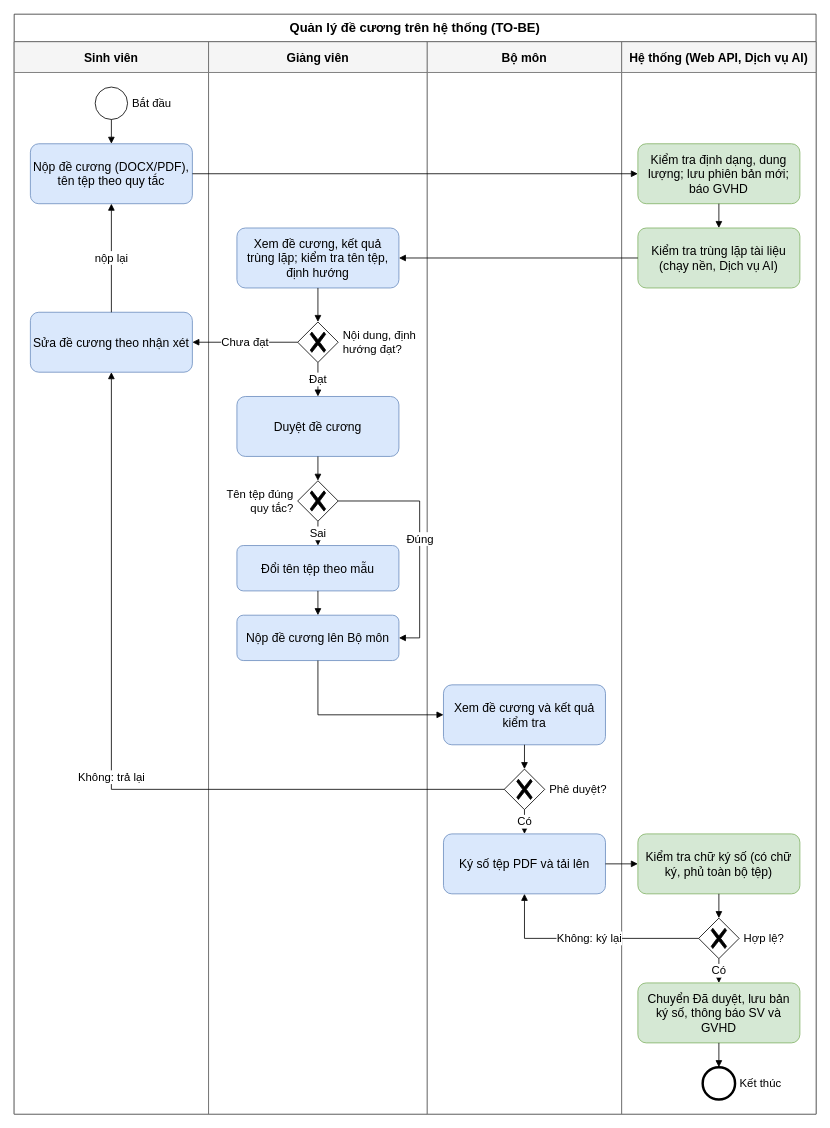
Before: page "TO-BE" (2 of 2) of docs/chuong-2-khao-sat-phan-tich/bpmn/02-de-cuong.drawio in dtc235200036-alt/ICTU-DATN-NguyenThiMaiAnh, a draw.io diagram. Source tidied: cells renumbered, new cells numbered last; positions are measured from the earlier drawing's top-left corner, leaving out a move shared by most shapes. Both pictures are drawn from the tidied source at 81%, with x=0, y=0 at pixel (14, 14).
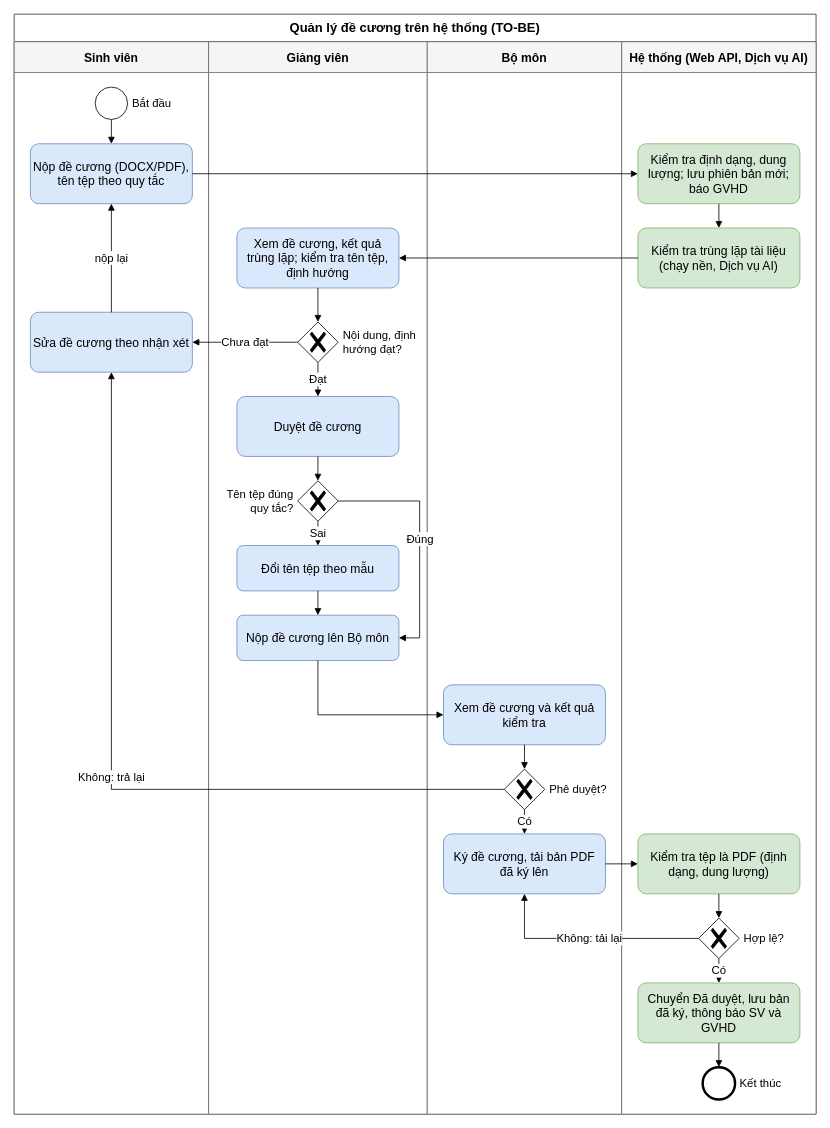
The same diagram, later.

Unchanged cells that the change refers to:
```xml
<mxCell id="22" value="Hợp lệ?" style="shape=mxgraph.bpmn.gateway2;perimeter=rhombusPerimeter;html=1;fontSize=14;gwType=exclusive;fillColor=#ffffff;verticalLabelPosition=middle;verticalAlign=middle;labelPosition=right;align=left;spacingLeft=4;" parent="1" vertex="1">
  <mxGeometry x="845" y="1116" width="50" height="50" as="geometry" />
</mxCell>
```

The edit, as a diff of the source:
```diff
@@
-    <mxCell id="20" value="Ký số tệp PDF và tải lên" style="rounded=1;arcSize=14;whiteSpace=wrap;html=1;fontSize=15;spacing=4;fillColor=#dae8fc;strokeColor=#6c8ebf;" parent="1" vertex="1">
+    <mxCell id="20" value="Ký đề cương, tải bản PDF đã ký lên" style="rounded=1;arcSize=14;whiteSpace=wrap;html=1;fontSize=15;spacing=4;fillColor=#dae8fc;strokeColor=#6c8ebf;" parent="1" vertex="1">
       <mxGeometry x="530" y="1012" width="200" height="74" as="geometry" />
     </mxCell>
-    <mxCell id="21" value="Kiểm tra chữ ký số (có chữ ký, phủ toàn bộ tệp)" style="rounded=1;arcSize=14;whiteSpace=wrap;html=1;fontSize=15;spacing=4;fillColor=#d5e8d4;strokeColor=#82b366;" parent="1" vertex="1">
+    <mxCell id="21" value="Kiểm tra tệp là PDF (định dạng, dung lượng)" style="rounded=1;arcSize=14;whiteSpace=wrap;html=1;fontSize=15;spacing=4;fillColor=#d5e8d4;strokeColor=#82b366;" parent="1" vertex="1">
       <mxGeometry x="770" y="1012" width="200" height="74" as="geometry" />
     </mxCell>
@@
-    <mxCell id="23" value="Chuyển Đã duyệt, lưu bản ký số, thông báo SV và GVHD" style="rounded=1;arcSize=14;whiteSpace=wrap;html=1;fontSize=15;spacing=4;fillColor=#d5e8d4;strokeColor=#82b366;" parent="1" vertex="1">
+    <mxCell id="23" value="Chuyển Đã duyệt, lưu bản đã ký, thông báo SV và GVHD" style="rounded=1;arcSize=14;whiteSpace=wrap;html=1;fontSize=15;spacing=4;fillColor=#d5e8d4;strokeColor=#82b366;" parent="1" vertex="1">
       <mxGeometry x="770" y="1196" width="200" height="74" as="geometry" />
     </mxCell>
@@
-    <mxCell id="43" value="Không: ký lại" style="edgeStyle=orthogonalEdgeStyle;rounded=0;html=1;endArrow=block;endFill=1;fontSize=14;labelBackgroundColor=#ffffff;exitX=0;exitY=0.5;exitDx=0;exitDy=0;entryX=0.5;entryY=1;entryDx=0;entryDy=0;" parent="1" edge="1" source="22" target="20">
+    <mxCell id="43" value="Không: tải lại" style="edgeStyle=orthogonalEdgeStyle;rounded=0;html=1;endArrow=block;endFill=1;fontSize=14;labelBackgroundColor=#ffffff;exitX=0;exitY=0.5;exitDx=0;exitDy=0;entryX=0.5;entryY=1;entryDx=0;entryDy=0;" parent="1" edge="1" source="22" target="20">
       <mxGeometry relative="1" as="geometry">
         <Array as="points">
           <mxPoint x="630" y="1141" />
         </Array>
       </mxGeometry>
     </mxCell>
```
